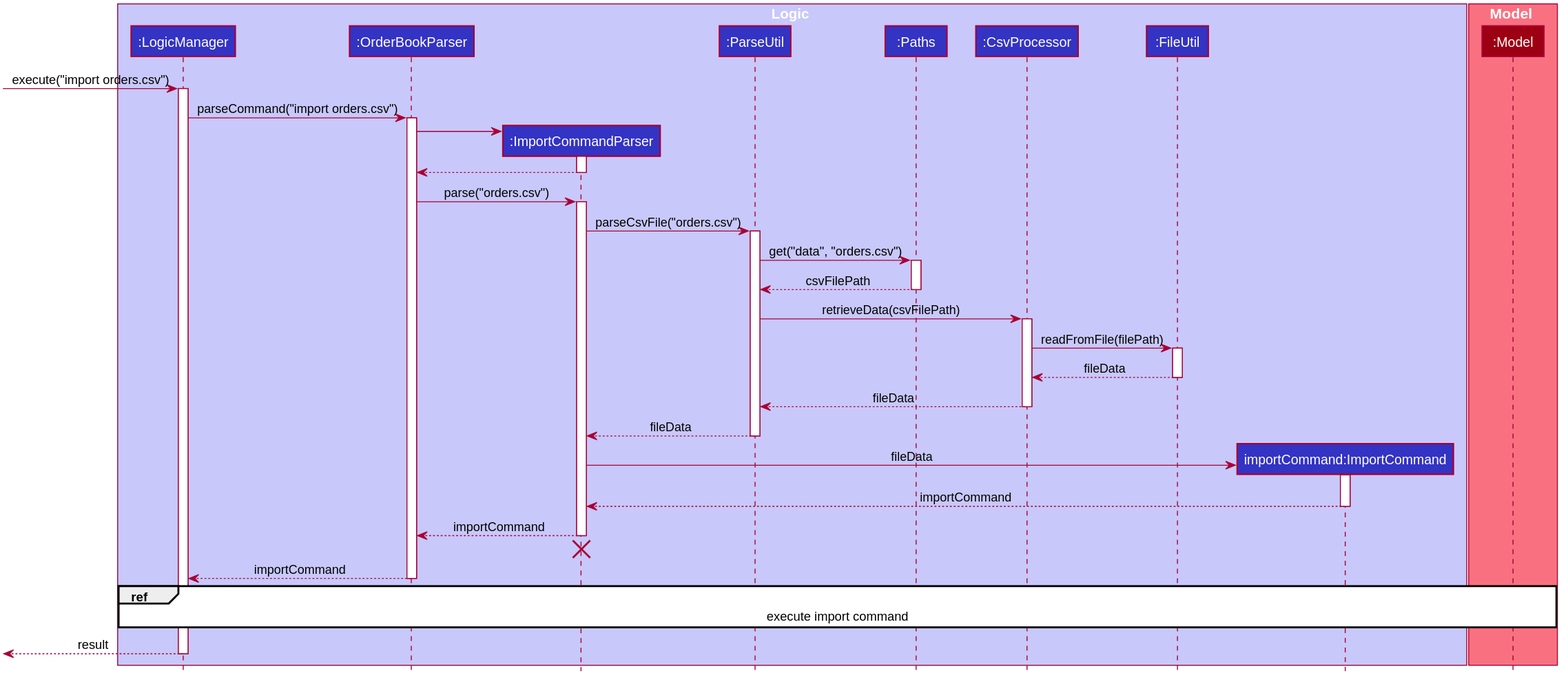
Earlier version of the PlantUML export docs/images/ImportCommandSequenceDiagram.svg (nus-cs2103-AY1920S2/addressbook-level3).
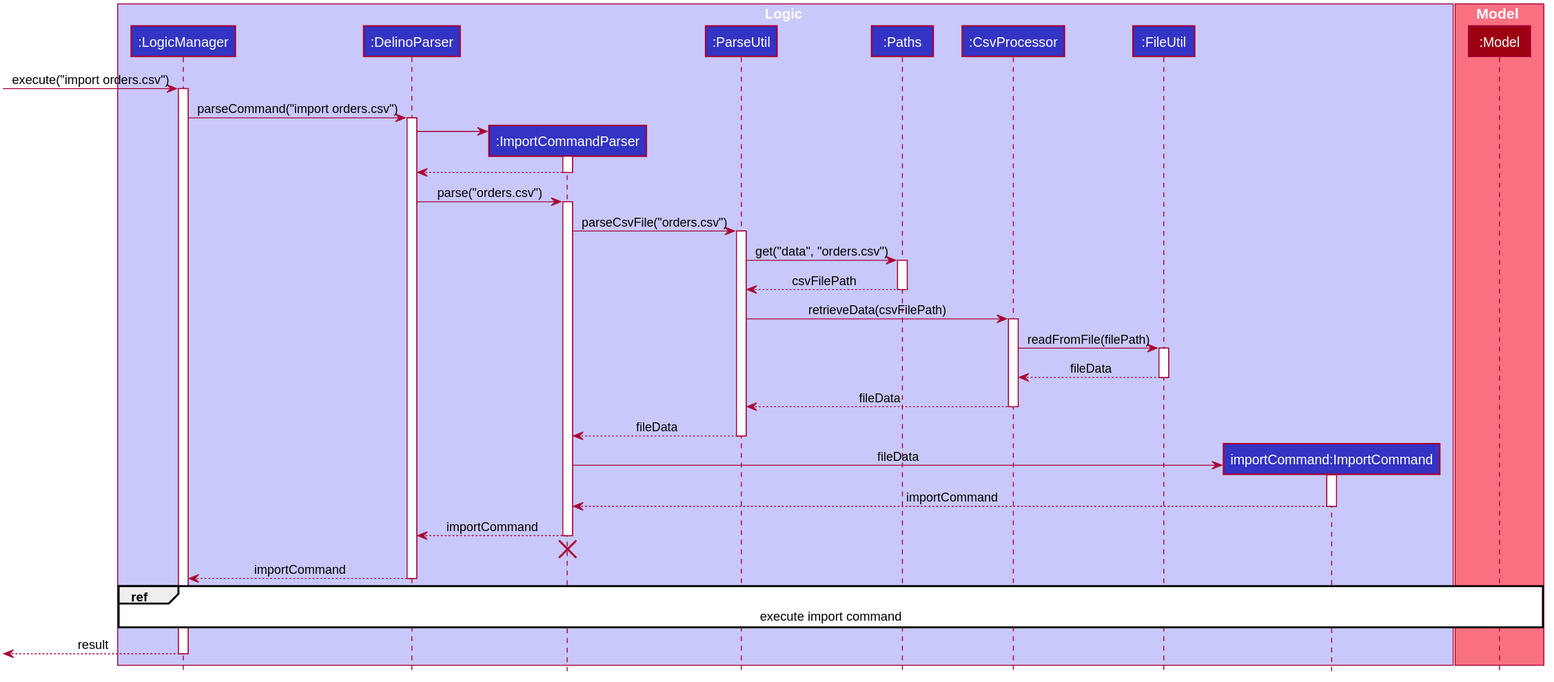
After the commit.

Commit message:
Update the ClearCommandSequenceDiagram and ImportCommandSequenceDiagram svg files due to the change of name for OrderBookParser to DelinoParser.

Change to the diagram source:
```diff
@@ -49,7 +49,7 @@
 hide circle
 box Logic #C8C8FA
 participant ":LogicManager" as LogicManager #3333C4
-participant ":OrderBookParser" as OrderBookParser #3333C4
+participant ":DelinoParser" as DelinoParser #3333C4
 participant ":ImportCommandParser" as ImportCommandParser #3333C4
 participant ":ParseUtil" as ParseUtil #3333C4
 participant ":Paths" as Paths #3333C4
@@ -65,14 +65,14 @@
 [-> LogicManager : execute("import orders.csv")
 activate LogicManager
 
-LogicManager -> OrderBookParser ++ : parseCommand("import orders.csv")
+LogicManager -> DelinoParser ++ : parseCommand("import orders.csv")
 
 create ImportCommandParser
-OrderBookParser -> ImportCommandParser ++
+DelinoParser -> ImportCommandParser ++
 
-ImportCommandParser --> OrderBookParser --
+ImportCommandParser --> DelinoParser --
 
-OrderBookParser -> ImportCommandParser ++ : parse("orders.csv")
+DelinoParser -> ImportCommandParser ++ : parse("orders.csv")
 
 ImportCommandParser -> ParseUtil ++ : parseCsvFile("orders.csv")
 
@@ -95,12 +95,12 @@
 
 ImportCommand --> ImportCommandParser -- : importCommand
 
-ImportCommandParser --> OrderBookParser -- : importCommand
+ImportCommandParser --> DelinoParser -- : importCommand
 
-ImportCommandParser -[hidden]-> OrderBookParser
+ImportCommandParser -[hidden]-> DelinoParser
 destroy ImportCommandParser
 
-OrderBookParser --> LogicManager -- : importCommand
+DelinoParser --> LogicManager -- : importCommand
 
 ref over LogicManager,  Model : execute import command
 
```
